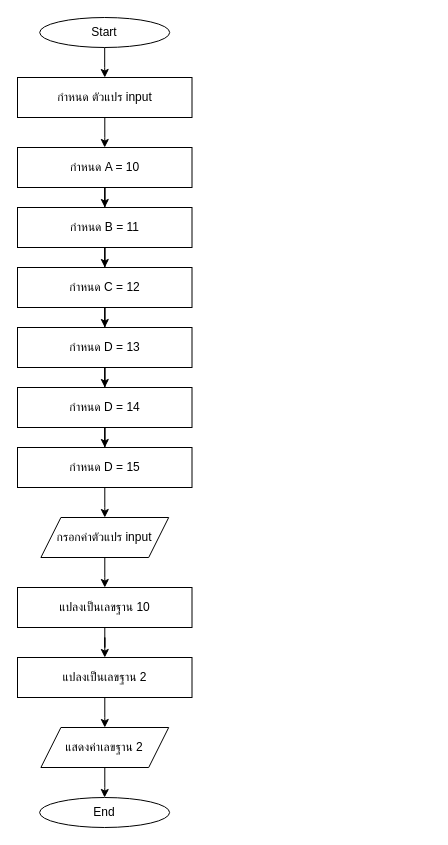
This is HW/HW4/hw04-8/hw04-8.drawio from aphiwat-window/ENGCE117, a draw.io file, before an edit. Source tidied: cells renumbered, new cells numbered last; positions are measured from the earlier drawing's top-left corner, leaving out a move shared by most shapes. Both pictures are drawn from the tidied source at 100%, with x=0, y=0 at pixel (17, 17).
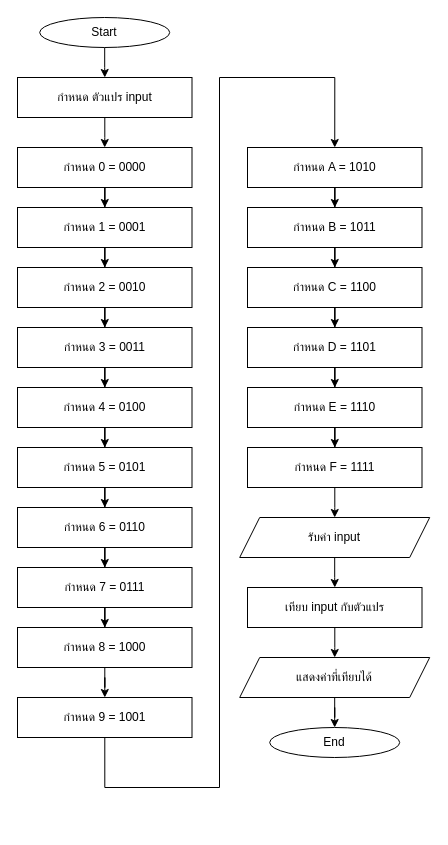
After the change.

Change to the diagram source:
```diff
@@
-    <mxCell id="6" style="edgeStyle=orthogonalEdgeStyle;rounded=0;jettySize=auto;html=1;" parent="1" edge="1" source="7" target="22">
-      <mxGeometry relative="1" as="geometry" />
-    </mxCell>
-    <mxCell id="7" value="กรอกค่าตัวแปร input" style="shape=parallelogram;perimeter=parallelogramPerimeter;whiteSpace=wrap;html=1;fixedSize=1;" parent="1" vertex="1">
-      <mxGeometry x="23.4" y="500" width="127.8" height="40" as="geometry" />
-    </mxCell>
+    <mxCell id="27" style="edgeStyle=orthogonalEdgeStyle;rounded=0;jettySize=auto;html=1;" parent="1" edge="1" source="10" target="29">
+      <mxGeometry relative="1" as="geometry" />
+    </mxCell>
+    <mxCell id="10" value="กำหนด 0 = 0000" style="rounded=0;whiteSpace=wrap;html=1;" parent="1" vertex="1">
+      <mxGeometry y="130" width="174.5" height="40" as="geometry" />
+    </mxCell>
+    <mxCell id="28" style="edgeStyle=orthogonalEdgeStyle;rounded=0;jettySize=auto;html=1;" parent="1" edge="1" source="29" target="31">
+      <mxGeometry relative="1" as="geometry" />
+    </mxCell>
+    <mxCell id="29" value="กำหนด 1 = 0001" style="rounded=0;whiteSpace=wrap;html=1;" parent="1" vertex="1">
+      <mxGeometry y="190" width="174.5" height="40" as="geometry" />
+    </mxCell>
+    <mxCell id="30" style="edgeStyle=orthogonalEdgeStyle;rounded=0;jettySize=auto;html=1;" parent="1" edge="1" source="31" target="33">
+      <mxGeometry relative="1" as="geometry" />
+    </mxCell>
+    <mxCell id="31" value="กำหนด 2 = 0010" style="rounded=0;whiteSpace=wrap;html=1;" parent="1" vertex="1">
+      <mxGeometry y="250" width="174.5" height="40" as="geometry" />
+    </mxCell>
+    <mxCell id="32" style="edgeStyle=orthogonalEdgeStyle;rounded=0;jettySize=auto;html=1;" parent="1" edge="1" source="33" target="35">
+      <mxGeometry relative="1" as="geometry" />
+    </mxCell>
+    <mxCell id="33" value="กำหนด 3 = 0011" style="rounded=0;whiteSpace=wrap;html=1;" parent="1" vertex="1">
+      <mxGeometry y="310" width="174.5" height="40" as="geometry" />
+    </mxCell>
+    <mxCell id="34" style="edgeStyle=orthogonalEdgeStyle;rounded=0;jettySize=auto;html=1;" parent="1" edge="1" source="35" target="37">
+      <mxGeometry relative="1" as="geometry" />
+    </mxCell>
+    <mxCell id="35" value="กำหนด 4 = 0100" style="rounded=0;whiteSpace=wrap;html=1;" parent="1" vertex="1">
+      <mxGeometry y="370" width="174.5" height="40" as="geometry" />
+    </mxCell>
+    <mxCell id="36" style="edgeStyle=orthogonalEdgeStyle;rounded=0;jettySize=auto;html=1;" parent="1" edge="1" source="37" target="39">
+      <mxGeometry relative="1" as="geometry" />
+    </mxCell>
+    <mxCell id="37" value="กำหนด 5 = 0101" style="rounded=0;whiteSpace=wrap;html=1;" parent="1" vertex="1">
+      <mxGeometry y="430" width="174.5" height="40" as="geometry" />
+    </mxCell>
+    <mxCell id="38" style="edgeStyle=orthogonalEdgeStyle;rounded=0;jettySize=auto;html=1;" parent="1" edge="1" source="39" target="41">
+      <mxGeometry relative="1" as="geometry" />
+    </mxCell>
+    <mxCell id="39" value="กำหนด 6 = 0110" style="rounded=0;whiteSpace=wrap;html=1;" parent="1" vertex="1">
+      <mxGeometry y="490" width="174.5" height="40" as="geometry" />
+    </mxCell>
+    <mxCell id="40" style="edgeStyle=orthogonalEdgeStyle;rounded=0;jettySize=auto;html=1;" parent="1" edge="1" source="41" target="43">
+      <mxGeometry relative="1" as="geometry" />
+    </mxCell>
+    <mxCell id="41" value="กำหนด 7 = 0111" style="rounded=0;whiteSpace=wrap;html=1;" parent="1" vertex="1">
+      <mxGeometry y="550" width="174.5" height="40" as="geometry" />
+    </mxCell>
+    <mxCell id="42" style="edgeStyle=orthogonalEdgeStyle;rounded=0;jettySize=auto;html=1;" parent="1" edge="1" source="43" target="45">
+      <mxGeometry relative="1" as="geometry" />
+    </mxCell>
+    <mxCell id="43" value="กำหนด 8 = 1000" style="rounded=0;whiteSpace=wrap;html=1;" parent="1" vertex="1">
+      <mxGeometry y="610" width="174.5" height="40" as="geometry" />
+    </mxCell>
+    <mxCell id="44" style="edgeStyle=orthogonalEdgeStyle;rounded=0;jettySize=auto;html=1;entryX=0.5;entryY=0;entryDx=0;entryDy=0;" parent="1" edge="1" source="45" target="47">
+      <mxGeometry relative="1" as="geometry">
+        <Array as="points">
+          <mxPoint x="87" y="770" />
+          <mxPoint x="202" y="770" />
+          <mxPoint x="202" y="60" />
+          <mxPoint x="317" y="60" />
+        </Array>
+      </mxGeometry>
+    </mxCell>
+    <mxCell id="45" value="กำหนด 9 = 1001" style="rounded=0;whiteSpace=wrap;html=1;" parent="1" vertex="1">
+      <mxGeometry y="680" width="174.5" height="40" as="geometry" />
+    </mxCell>
+    <mxCell id="46" style="edgeStyle=orthogonalEdgeStyle;rounded=0;jettySize=auto;html=1;" parent="1" edge="1" source="47" target="49">
+      <mxGeometry relative="1" as="geometry" />
+    </mxCell>
+    <mxCell id="47" value="กำหนด A = 1010" style="rounded=0;whiteSpace=wrap;html=1;" parent="1" vertex="1">
+      <mxGeometry x="230" y="130" width="174.5" height="40" as="geometry" />
+    </mxCell>
+    <mxCell id="48" style="edgeStyle=orthogonalEdgeStyle;rounded=0;jettySize=auto;html=1;" parent="1" edge="1" source="49" target="51">
+      <mxGeometry relative="1" as="geometry" />
+    </mxCell>
+    <mxCell id="49" value="กำหนด B = 1011" style="rounded=0;whiteSpace=wrap;html=1;" parent="1" vertex="1">
+      <mxGeometry x="230" y="190" width="174.5" height="40" as="geometry" />
+    </mxCell>
+    <mxCell id="50" style="edgeStyle=orthogonalEdgeStyle;rounded=0;jettySize=auto;html=1;" parent="1" edge="1" source="51" target="53">
+      <mxGeometry relative="1" as="geometry" />
+    </mxCell>
+    <mxCell id="51" value="กำหนด C = 1100" style="rounded=0;whiteSpace=wrap;html=1;" parent="1" vertex="1">
+      <mxGeometry x="230" y="250" width="174.5" height="40" as="geometry" />
+    </mxCell>
+    <mxCell id="52" style="edgeStyle=orthogonalEdgeStyle;rounded=0;jettySize=auto;html=1;" parent="1" edge="1" source="53" target="55">
+      <mxGeometry relative="1" as="geometry" />
+    </mxCell>
+    <mxCell id="53" value="กำหนด D = 1101" style="rounded=0;whiteSpace=wrap;html=1;" parent="1" vertex="1">
+      <mxGeometry x="230" y="310" width="174.5" height="40" as="geometry" />
+    </mxCell>
+    <mxCell id="54" style="edgeStyle=orthogonalEdgeStyle;rounded=0;jettySize=auto;html=1;" parent="1" edge="1" source="55" target="57">
+      <mxGeometry relative="1" as="geometry" />
+    </mxCell>
+    <mxCell id="55" value="กำหนด E = 1110" style="rounded=0;whiteSpace=wrap;html=1;" parent="1" vertex="1">
+      <mxGeometry x="230" y="370" width="174.5" height="40" as="geometry" />
+    </mxCell>
+    <mxCell id="56" style="edgeStyle=orthogonalEdgeStyle;rounded=0;jettySize=auto;html=1;" parent="1" edge="1" source="57" target="59">
+      <mxGeometry relative="1" as="geometry" />
+    </mxCell>
+    <mxCell id="57" value="กำหนด F = 1111" style="rounded=0;whiteSpace=wrap;html=1;" parent="1" vertex="1">
+      <mxGeometry x="230" y="430" width="174.5" height="40" as="geometry" />
+    </mxCell>
+    <mxCell id="58" style="edgeStyle=orthogonalEdgeStyle;rounded=0;jettySize=auto;html=1;" parent="1" edge="1" source="59" target="61">
+      <mxGeometry relative="1" as="geometry" />
+    </mxCell>
+    <mxCell id="59" value="รับค่า input" style="shape=parallelogram;perimeter=parallelogramPerimeter;whiteSpace=wrap;html=1;fixedSize=1;" parent="1" vertex="1">
+      <mxGeometry x="222.2" y="500" width="190" height="40" as="geometry" />
+    </mxCell>
+    <mxCell id="60" style="edgeStyle=orthogonalEdgeStyle;rounded=0;jettySize=auto;html=1;" parent="1" edge="1" source="61" target="63">
+      <mxGeometry relative="1" as="geometry" />
+    </mxCell>
+    <mxCell id="61" value="เทียบ input กับตัวแปร" style="rounded=0;whiteSpace=wrap;html=1;" parent="1" vertex="1">
+      <mxGeometry x="230" y="570" width="174.5" height="40" as="geometry" />
+    </mxCell>
+    <mxCell id="62" style="edgeStyle=orthogonalEdgeStyle;rounded=0;jettySize=auto;html=1;" parent="1" edge="1" source="63" target="8">
+      <mxGeometry relative="1" as="geometry" />
+    </mxCell>
+    <mxCell id="63" value="แสดงค่าที่เทียบได้" style="shape=parallelogram;perimeter=parallelogramPerimeter;whiteSpace=wrap;html=1;fixedSize=1;" parent="1" vertex="1">
+      <mxGeometry x="222.2" y="640" width="190" height="40" as="geometry" />
+    </mxCell>
     <mxCell id="8" value="&lt;font face=&quot;Sarabun&quot;&gt;End&lt;/font&gt;" style="ellipse;whiteSpace=wrap;html=1;" parent="1" vertex="1">
-      <mxGeometry x="22.1" y="780" width="130" height="30" as="geometry" />
+      <mxGeometry x="252.2" y="710" width="130" height="30" as="geometry" />
     </mxCell>
-    <mxCell id="9" style="edgeStyle=orthogonalEdgeStyle;rounded=0;jettySize=auto;html=1;" parent="1" edge="1" source="10" target="12">
-      <mxGeometry relative="1" as="geometry" />
-    </mxCell>
-    <mxCell id="10" value="กำหนด A = 10" style="rounded=0;whiteSpace=wrap;html=1;" parent="1" vertex="1">
-      <mxGeometry y="130" width="174.5" height="40" as="geometry" />
-    </mxCell>
-    <mxCell id="11" style="edgeStyle=orthogonalEdgeStyle;rounded=0;jettySize=auto;html=1;" parent="1" edge="1" source="12" target="14">
-      <mxGeometry relative="1" as="geometry" />
-    </mxCell>
-    <mxCell id="12" value="กำหนด B = 11" style="rounded=0;whiteSpace=wrap;html=1;" parent="1" vertex="1">
-      <mxGeometry y="190" width="174.5" height="40" as="geometry" />
-    </mxCell>
-    <mxCell id="13" style="edgeStyle=orthogonalEdgeStyle;rounded=0;jettySize=auto;html=1;" parent="1" edge="1" source="14" target="16">
-      <mxGeometry relative="1" as="geometry" />
-    </mxCell>
-    <mxCell id="14" value="กำหนด C = 12" style="rounded=0;whiteSpace=wrap;html=1;" parent="1" vertex="1">
-      <mxGeometry y="250" width="174.5" height="40" as="geometry" />
-    </mxCell>
-    <mxCell id="15" style="edgeStyle=orthogonalEdgeStyle;rounded=0;jettySize=auto;html=1;" parent="1" edge="1" source="16" target="18">
-      <mxGeometry relative="1" as="geometry" />
-    </mxCell>
-    <mxCell id="16" value="กำหนด D = 13" style="rounded=0;whiteSpace=wrap;html=1;" parent="1" vertex="1">
-      <mxGeometry y="310" width="174.5" height="40" as="geometry" />
-    </mxCell>
-    <mxCell id="17" style="edgeStyle=orthogonalEdgeStyle;rounded=0;jettySize=auto;html=1;" parent="1" edge="1" source="18" target="20">
-      <mxGeometry relative="1" as="geometry" />
-    </mxCell>
-    <mxCell id="18" value="กำหนด D = 14" style="rounded=0;whiteSpace=wrap;html=1;" parent="1" vertex="1">
-      <mxGeometry y="370" width="174.5" height="40" as="geometry" />
-    </mxCell>
-    <mxCell id="19" style="edgeStyle=orthogonalEdgeStyle;rounded=0;jettySize=auto;html=1;" parent="1" edge="1" source="20" target="7">
-      <mxGeometry relative="1" as="geometry" />
-    </mxCell>
-    <mxCell id="20" value="กำหนด D = 15" style="rounded=0;whiteSpace=wrap;html=1;" parent="1" vertex="1">
-      <mxGeometry y="430" width="174.5" height="40" as="geometry" />
-    </mxCell>
-    <mxCell id="21" style="edgeStyle=orthogonalEdgeStyle;rounded=0;jettySize=auto;html=1;" parent="1" edge="1" source="22" target="24">
-      <mxGeometry relative="1" as="geometry" />
-    </mxCell>
-    <mxCell id="22" value="แปลงเป็นเลขฐาน 10" style="rounded=0;whiteSpace=wrap;html=1;" parent="1" vertex="1">
-      <mxGeometry y="570" width="174.5" height="40" as="geometry" />
-    </mxCell>
-    <mxCell id="23" style="edgeStyle=orthogonalEdgeStyle;rounded=0;jettySize=auto;html=1;" parent="1" edge="1" source="24" target="26">
-      <mxGeometry relative="1" as="geometry" />
-    </mxCell>
-    <mxCell id="24" value="แปลงเป็นเลขฐาน 2" style="rounded=0;whiteSpace=wrap;html=1;" parent="1" vertex="1">
-      <mxGeometry y="640" width="174.5" height="40" as="geometry" />
-    </mxCell>
-    <mxCell id="25" style="edgeStyle=orthogonalEdgeStyle;rounded=0;jettySize=auto;html=1;" parent="1" edge="1" source="26" target="8">
-      <mxGeometry relative="1" as="geometry" />
-    </mxCell>
-    <mxCell id="26" value="แสดงค่าเลขฐาน 2" style="shape=parallelogram;perimeter=parallelogramPerimeter;whiteSpace=wrap;html=1;fixedSize=1;" parent="1" vertex="1">
-      <mxGeometry x="23.4" y="710" width="127.8" height="40" as="geometry" />
-    </mxCell>
```
